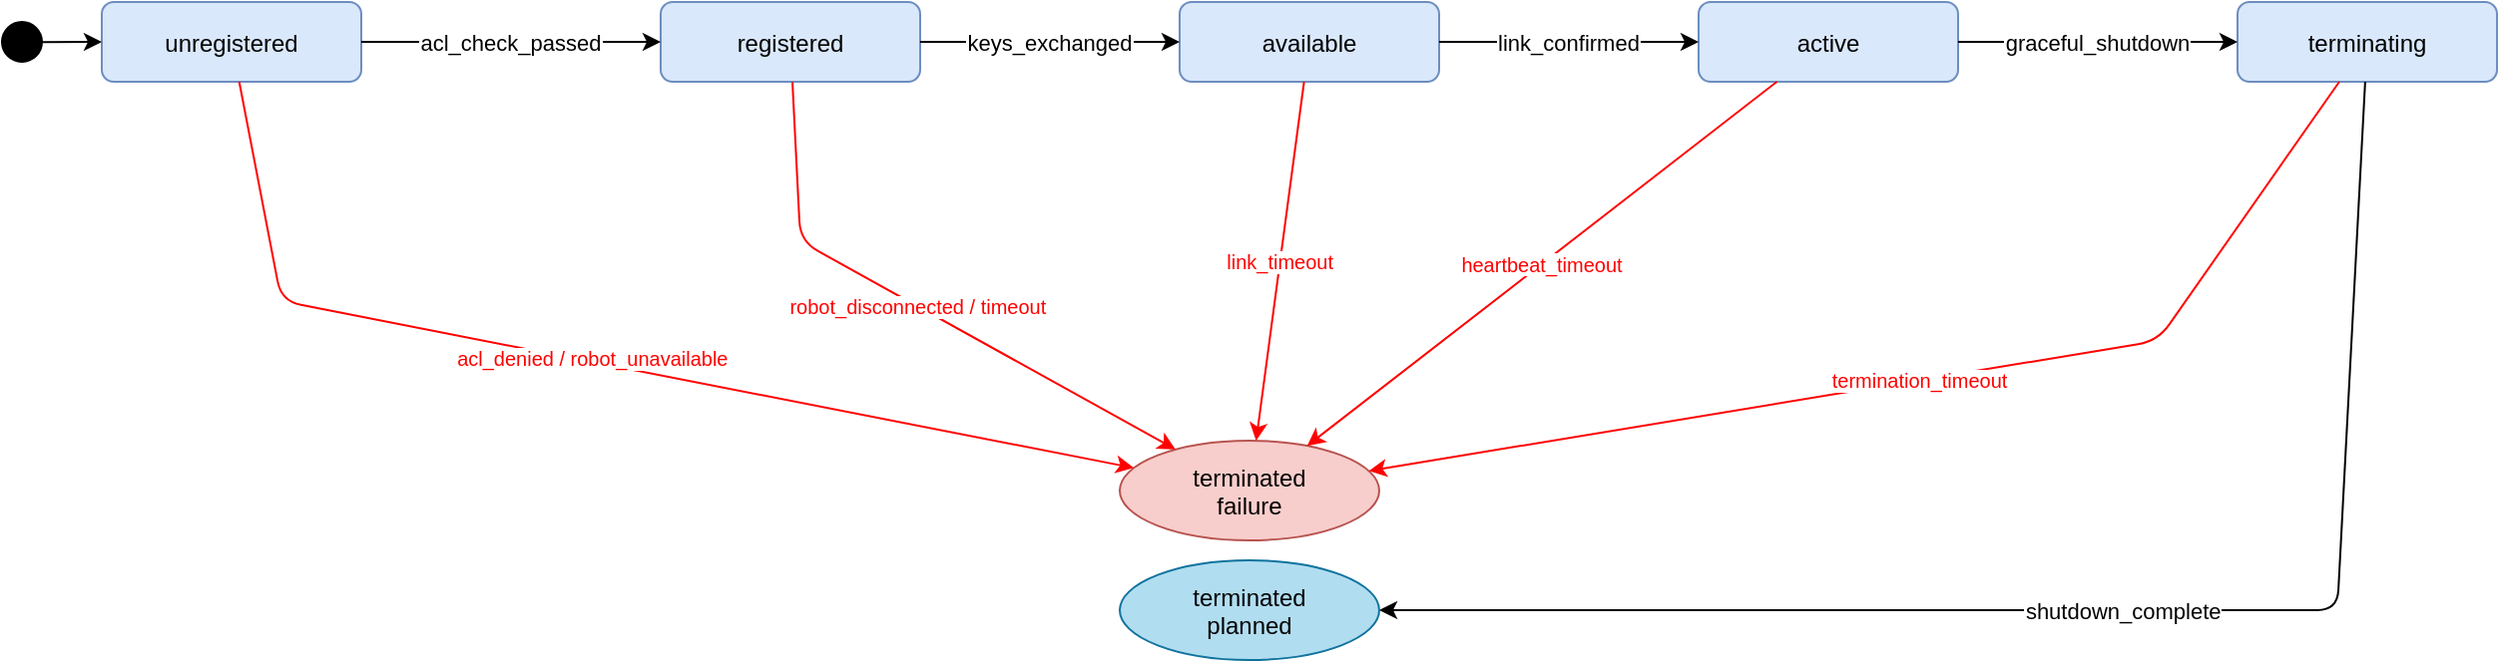
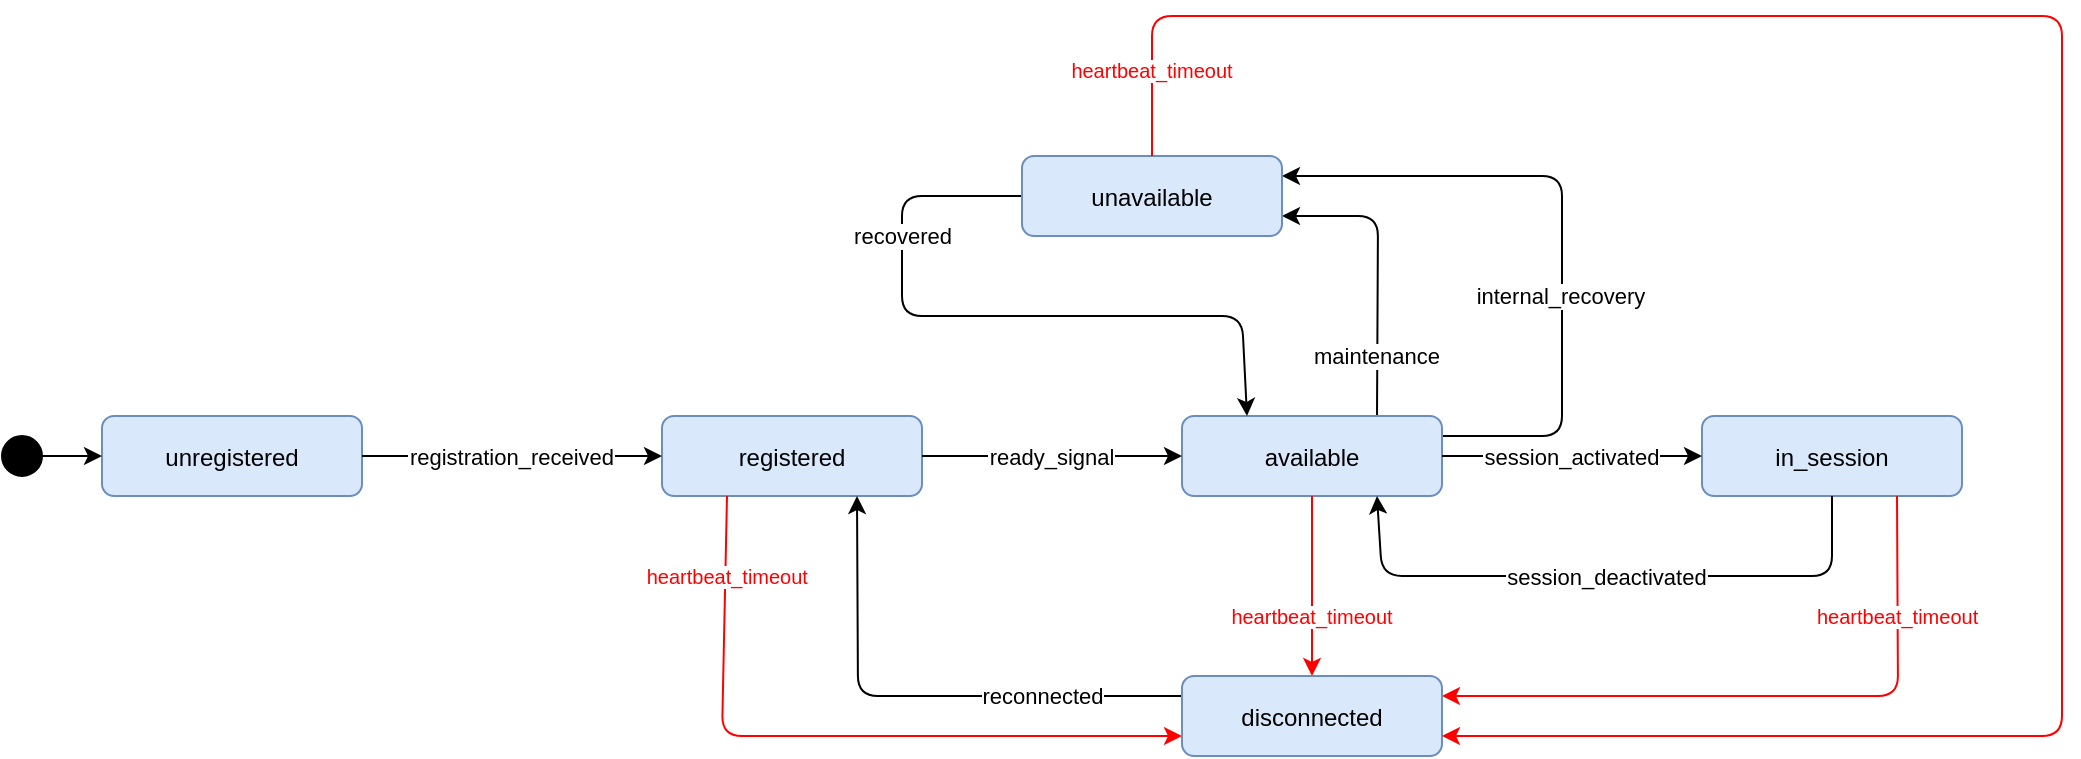
<mxfile host="65bd71144e">
    <diagram id="JEJ4-ksquB4Vq8S2FX-0" name="Page-1">
-         <mxGraphModel dx="328" dy="740" grid="1" gridSize="10" guides="1" tooltips="1" connect="1" arrows="1" fold="1" page="1" pageScale="1" pageWidth="850" pageHeight="1100" math="0" shadow="0">
+         <mxGraphModel dx="1142" dy="1840" grid="1" gridSize="10" guides="1" tooltips="1" connect="1" arrows="1" fold="1" page="1" pageScale="1" pageWidth="850" pageHeight="1100" math="0" shadow="0">
            <root>
                <mxCell id="0"/>
                <mxCell id="1" parent="0"/>
                <mxCell id="2" value="" style="ellipse;fillColor=#000000;strokeColor=#000000;" parent="1" vertex="1">
                    <mxGeometry y="90" width="20" height="20" as="geometry"/>
                </mxCell>
                <mxCell id="3" value="unregistered" style="rounded=1;fillColor=#dae8fc;strokeColor=#6c8ebf;" parent="1" vertex="1">
                    <mxGeometry x="50" y="80" width="130" height="40" as="geometry"/>
                </mxCell>
                <mxCell id="4" value="registered" style="rounded=1;fillColor=#dae8fc;strokeColor=#6c8ebf;" parent="1" vertex="1">
                    <mxGeometry x="330" y="80" width="130" height="40" as="geometry"/>
                </mxCell>
+                 <mxCell id="24" style="edgeStyle=none;html=1;entryX=1;entryY=0.25;entryDx=0;entryDy=0;exitX=1;exitY=0.25;exitDx=0;exitDy=0;strokeColor=light-dark(#000000,#FF9090);" edge="1" parent="1" source="5" target="21">
+                     <mxGeometry relative="1" as="geometry">
+                         <Array as="points">
+                             <mxPoint x="780" y="90"/>
+                             <mxPoint x="780" y="-40"/>
+                             <mxPoint x="688" y="-40"/>
+                         </Array>
+                     </mxGeometry>
+                 </mxCell>
+                 <mxCell id="26" value="internal_recovery" style="edgeLabel;html=1;align=center;verticalAlign=middle;resizable=0;points=[];fontColor=light-dark(#000000,#FF9090);" vertex="1" connectable="0" parent="24">
+                     <mxGeometry x="-0.4184" y="1" relative="1" as="geometry">
+                         <mxPoint y="-34" as="offset"/>
+                     </mxGeometry>
+                 </mxCell>
+                 <mxCell id="31" style="edgeStyle=none;html=1;entryX=1;entryY=0.75;entryDx=0;entryDy=0;exitX=0.75;exitY=0;exitDx=0;exitDy=0;" edge="1" parent="1" source="5" target="21">
+                     <mxGeometry relative="1" as="geometry">
+                         <Array as="points">
+                             <mxPoint x="688" y="-20"/>
+                         </Array>
+                     </mxGeometry>
+                 </mxCell>
+                 <mxCell id="32" value="maintenance" style="edgeLabel;html=1;align=center;verticalAlign=middle;resizable=0;points=[];" vertex="1" connectable="0" parent="31">
+                     <mxGeometry x="-0.1719" y="1" relative="1" as="geometry">
+                         <mxPoint y="31" as="offset"/>
+                     </mxGeometry>
+                 </mxCell>
                <mxCell id="5" value="available" style="rounded=1;fillColor=#dae8fc;strokeColor=#6c8ebf;" parent="1" vertex="1">
                    <mxGeometry x="590" y="80" width="130" height="40" as="geometry"/>
                </mxCell>
-                 <mxCell id="6" value="active" style="rounded=1;fillColor=#dae8fc;strokeColor=#6c8ebf;" parent="1" vertex="1">
+                 <mxCell id="6" value="in_session" style="rounded=1;fillColor=#dae8fc;strokeColor=#6c8ebf;" parent="1" vertex="1">
                    <mxGeometry x="850" y="80" width="130" height="40" as="geometry"/>
-                 </mxCell>
-                 <mxCell id="7" value="terminating" style="rounded=1;fillColor=#dae8fc;strokeColor=#6c8ebf;" parent="1" vertex="1">
-                     <mxGeometry x="1120" y="80" width="130" height="40" as="geometry"/>
-                 </mxCell>
-                 <mxCell id="8" value="terminated&#xa;failure" style="ellipse;fillColor=#f8cecc;strokeColor=#b85450;" parent="1" vertex="1">
-                     <mxGeometry x="560" y="300" width="130" height="50" as="geometry"/>
                </mxCell>
                <mxCell id="9" value="" parent="1" source="2" target="3" edge="1">
                    <mxGeometry relative="1" as="geometry"/>
                </mxCell>
-                 <mxCell id="10" value="acl_check_passed" parent="1" source="3" target="4" edge="1">
+                 <mxCell id="10" value="registration_received" parent="1" source="3" target="4" edge="1">
                    <mxGeometry relative="1" as="geometry"/>
                </mxCell>
-                 <mxCell id="11" value="keys_exchanged" parent="1" source="4" target="5" edge="1">
+                 <mxCell id="11" value="ready_signal" parent="1" source="4" target="5" edge="1">
                    <mxGeometry relative="1" as="geometry"/>
                </mxCell>
-                 <mxCell id="12" value="link_confirmed" parent="1" source="5" target="6" edge="1">
+                 <mxCell id="12" value="session_activated" parent="1" source="5" target="6" edge="1">
                    <mxGeometry relative="1" as="geometry"/>
                </mxCell>
-                 <mxCell id="13" value="graceful_shutdown" parent="1" source="6" target="7" edge="1">
-                     <mxGeometry relative="1" as="geometry"/>
-                 </mxCell>
-                 <mxCell id="14" value="shutdown_complete" style="entryX=1;entryY=0.5;entryDx=0;entryDy=0;" parent="1" source="7" target="20" edge="1">
+                 <mxCell id="13" value="session_deactivated" style="exitX=0.5;exitY=1;exitDx=0;exitDy=0;entryX=0.75;entryY=1;entryDx=0;entryDy=0;" parent="1" source="6" target="5" edge="1">
                    <mxGeometry relative="1" as="geometry">
+                         <mxPoint x="930" y="300" as="targetPoint"/>
                        <Array as="points">
-                             <mxPoint x="1170" y="385"/>
+                             <mxPoint x="915" y="160"/>
+                             <mxPoint x="690" y="160"/>
                        </Array>
                    </mxGeometry>
                </mxCell>
-                 <mxCell id="15" value="acl_denied / robot_unavailable" style="strokeColor=#FF0000;fontColor=#FF0000;fontSize=10;" parent="1" source="3" target="8" edge="1">
-                     <mxGeometry x="-0.0106" y="2" relative="1" as="geometry">
+                 <mxCell id="16" value="heartbeat_timeout" style="strokeColor=#FF0000;fontColor=#FF0000;fontSize=10;entryX=0;entryY=0.75;entryDx=0;entryDy=0;exitX=0.25;exitY=1;exitDx=0;exitDy=0;" parent="1" source="4" target="28" edge="1">
+                     <mxGeometry x="-0.7715" y="1" relative="1" as="geometry">
                        <Array as="points">
-                             <mxPoint x="140" y="230"/>
+                             <mxPoint x="360" y="240"/>
+                         </Array>
+                         <mxPoint x="587.9860023118536" y="304.4492834921641" as="targetPoint"/>
+                         <mxPoint as="offset"/>
+                     </mxGeometry>
+                 </mxCell>
+                 <mxCell id="17" value="heartbeat_timeout" style="strokeColor=#FF0000;fontColor=#FF0000;fontSize=10;entryX=0.5;entryY=0;entryDx=0;entryDy=0;" parent="1" source="5" target="28" edge="1">
+                     <mxGeometry x="0.3333" relative="1" as="geometry">
+                         <mxPoint x="639.8839234016486" y="300.66424202942153" as="targetPoint"/>
+                         <Array as="points"/>
+                         <mxPoint as="offset"/>
+                     </mxGeometry>
+                 </mxCell>
+                 <mxCell id="18" value="heartbeat_timeout" style="strokeColor=#FF0000;fontColor=#FF0000;fontSize=10;entryX=1;entryY=0.25;entryDx=0;entryDy=0;exitX=0.75;exitY=1;exitDx=0;exitDy=0;" parent="1" source="6" target="28" edge="1">
+                     <mxGeometry x="-0.6341" relative="1" as="geometry">
+                         <mxPoint x="653.8598060457966" y="302.5992934025485" as="targetPoint"/>
+                         <Array as="points">
+                             <mxPoint x="948" y="220"/>
                        </Array>
                        <mxPoint as="offset"/>
                    </mxGeometry>
                </mxCell>
-                 <mxCell id="16" value="robot_disconnected / timeout" style="strokeColor=#FF0000;fontColor=#FF0000;fontSize=10;" parent="1" source="4" target="8" edge="1">
+                 <mxCell id="25" style="edgeStyle=none;html=1;entryX=0.25;entryY=0;entryDx=0;entryDy=0;" edge="1" parent="1" source="21" target="5">
                    <mxGeometry relative="1" as="geometry">
                        <Array as="points">
-                             <mxPoint x="400" y="200"/>
+                             <mxPoint x="450" y="-30"/>
+                             <mxPoint x="450" y="30"/>
+                             <mxPoint x="560" y="30"/>
+                             <mxPoint x="620" y="30"/>
                        </Array>
                    </mxGeometry>
                </mxCell>
-                 <mxCell id="17" value="link_timeout" style="strokeColor=#FF0000;fontColor=#FF0000;fontSize=10;" parent="1" source="5" target="8" edge="1">
-                     <mxGeometry relative="1" as="geometry"/>
+                 <mxCell id="27" value="recovered" style="edgeLabel;html=1;align=center;verticalAlign=middle;resizable=0;points=[];" vertex="1" connectable="0" parent="25">
+                     <mxGeometry x="-0.1487" y="4" relative="1" as="geometry">
+                         <mxPoint x="-25" y="-36" as="offset"/>
+                     </mxGeometry>
                </mxCell>
-                 <mxCell id="18" value="heartbeat_timeout" style="strokeColor=#FF0000;fontColor=#FF0000;fontSize=10;" parent="1" source="6" target="8" edge="1">
-                     <mxGeometry relative="1" as="geometry"/>
+                 <mxCell id="21" value="unavailable" style="rounded=1;fillColor=#dae8fc;strokeColor=#6c8ebf;" vertex="1" parent="1">
+                     <mxGeometry x="510" y="-50" width="130" height="40" as="geometry"/>
                </mxCell>
-                 <mxCell id="19" value="termination_timeout" style="strokeColor=#FF0000;fontColor=#FF0000;fontSize=10;" parent="1" source="7" target="8" edge="1">
+                 <mxCell id="29" style="edgeStyle=none;html=1;exitX=0;exitY=0.25;exitDx=0;exitDy=0;entryX=0.75;entryY=1;entryDx=0;entryDy=0;" edge="1" parent="1" source="28" target="4">
                    <mxGeometry relative="1" as="geometry">
                        <Array as="points">
-                             <mxPoint x="1080" y="250"/>
+                             <mxPoint x="428" y="220"/>
                        </Array>
                    </mxGeometry>
                </mxCell>
-                 <mxCell id="20" value="terminated&#xa;planned" style="ellipse;fillColor=#b1ddf0;strokeColor=#10739e;" parent="1" vertex="1">
-                     <mxGeometry x="560" y="360" width="130" height="50" as="geometry"/>
+                 <mxCell id="30" value="reconnected" style="edgeLabel;html=1;align=center;verticalAlign=middle;resizable=0;points=[];" vertex="1" connectable="0" parent="29">
+                     <mxGeometry x="-0.0466" y="2" relative="1" as="geometry">
+                         <mxPoint x="55" y="-2" as="offset"/>
+                     </mxGeometry>
+                 </mxCell>
+                 <mxCell id="28" value="disconnected" style="rounded=1;fillColor=#dae8fc;strokeColor=#6c8ebf;" vertex="1" parent="1">
+                     <mxGeometry x="590" y="210" width="130" height="40" as="geometry"/>
+                 </mxCell>
+                 <mxCell id="37" value="heartbeat_timeout" style="strokeColor=#FF0000;fontColor=#FF0000;fontSize=10;entryX=1;entryY=0.75;entryDx=0;entryDy=0;exitX=0.5;exitY=0;exitDx=0;exitDy=0;" edge="1" parent="1" source="21" target="28">
+                     <mxGeometry x="-0.9278" relative="1" as="geometry">
+                         <mxPoint x="958" y="130" as="sourcePoint"/>
+                         <mxPoint x="730" y="420" as="targetPoint"/>
+                         <Array as="points">
+                             <mxPoint x="575" y="-120"/>
+                             <mxPoint x="1030" y="-120"/>
+                             <mxPoint x="1030" y="240"/>
+                         </Array>
+                         <mxPoint as="offset"/>
+                     </mxGeometry>
                </mxCell>
            </root>
        </mxGraphModel>
    </diagram>
</mxfile>